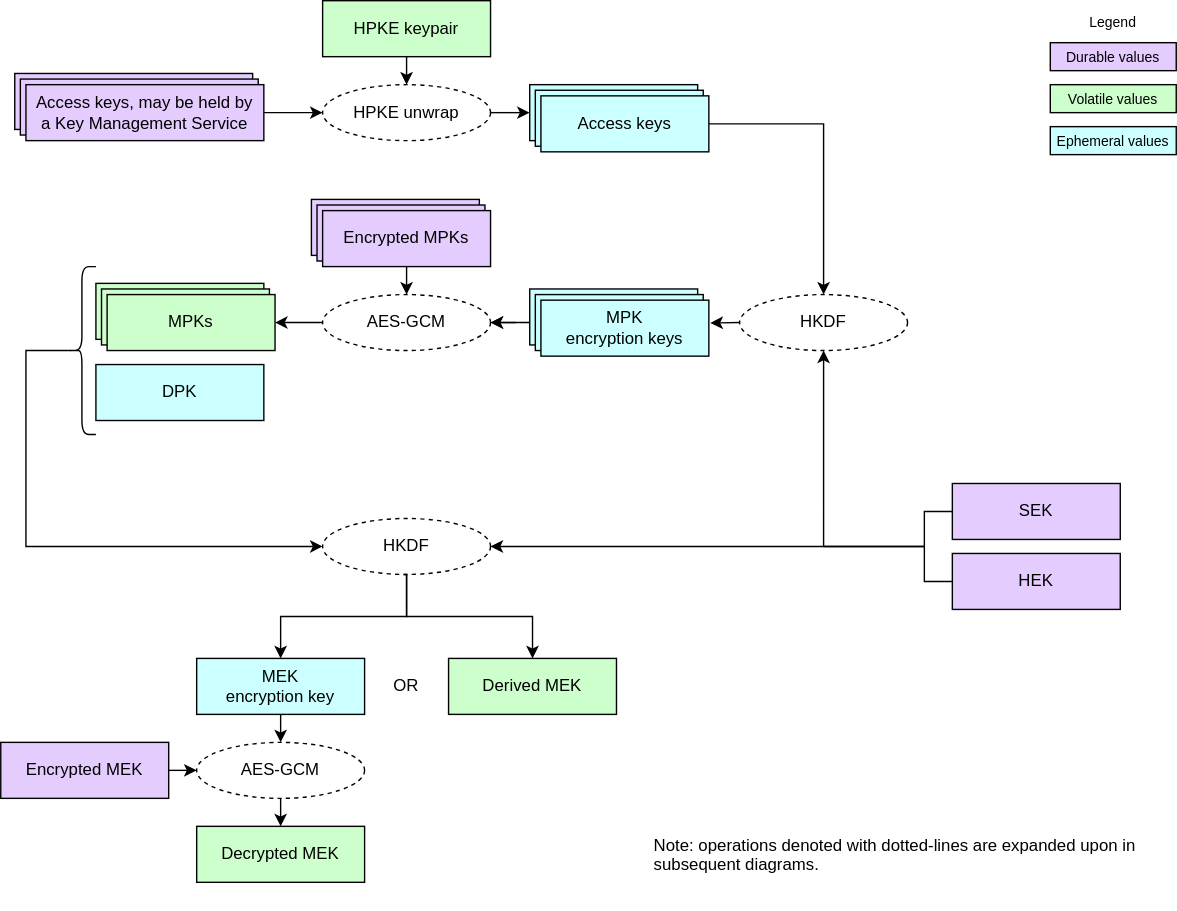
Before: doc/ocp_lock/diagrams/key_hierarchy.drawio.svg, a diagram exported from draw.io (chipsalliance/Caliptra). Source tidied: cells renumbered, new cells last; positions are measured from the earlier drawing's top-left corner, leaving out a move shared by most shapes.
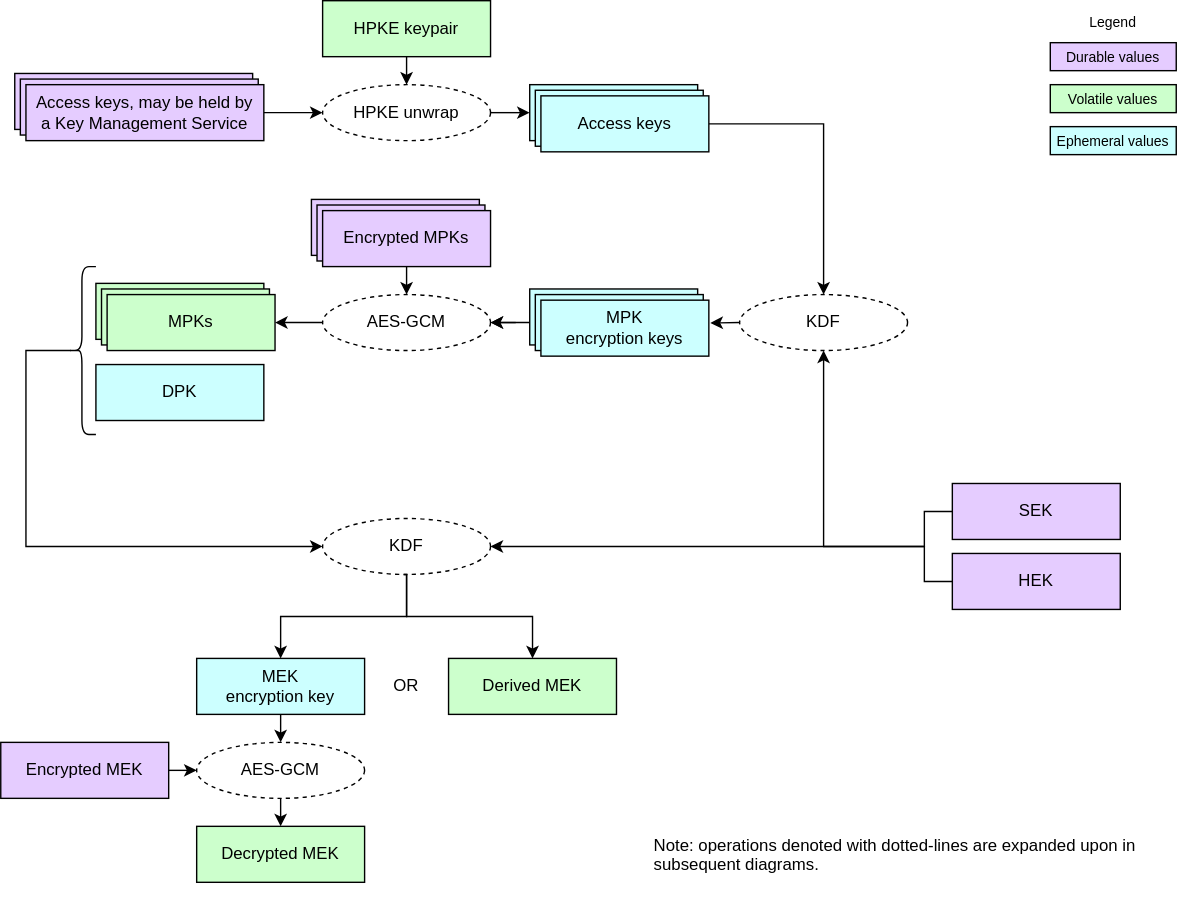
The same diagram one commit later.

Change to the diagram source:
```diff
@@ -28,7 +28,7 @@
     <mxCell id="9" value="&lt;div&gt;&lt;font color=&quot;#000000&quot;&gt;Access keys&lt;/font&gt;&lt;/div&gt;" style="rounded=0;whiteSpace=wrap;html=1;align=center;verticalAlign=middle;shadow=0;glass=0;spacingLeft=0;spacingBottom=0;spacingTop=0;fillColor=#CCFFFF;" parent="1" vertex="1">
       <mxGeometry x="378" y="60" width="120" height="40" as="geometry" />
     </mxCell>
-    <mxCell id="10" value="HKDF" style="ellipse;whiteSpace=wrap;html=1;fillColor=#FFFFFF;dashed=1;" parent="1" vertex="1">
+    <mxCell id="10" value="KDF" style="ellipse;whiteSpace=wrap;html=1;fillColor=#FFFFFF;dashed=1;" parent="1" vertex="1">
       <mxGeometry x="528" y="210" width="120" height="40" as="geometry" />
     </mxCell>
     <mxCell id="11" value="&lt;span style=&quot;color: rgb(0, 0, 0);&quot;&gt;AES-GCM&lt;/span&gt;" style="ellipse;whiteSpace=wrap;html=1;fillColor=#FFFFFF;dashed=1;" parent="1" vertex="1">
@@ -82,7 +82,7 @@
     <mxCell id="27" value="&lt;div&gt;&lt;font color=&quot;#000000&quot;&gt;MPKs&lt;/font&gt;&lt;/div&gt;" style="rounded=0;whiteSpace=wrap;html=1;align=center;verticalAlign=middle;shadow=0;glass=0;spacingLeft=0;spacingBottom=0;spacingTop=0;fillColor=#CCFFCC;" parent="1" vertex="1">
       <mxGeometry x="76" y="210" width="120" height="40" as="geometry" />
     </mxCell>
-    <mxCell id="28" value="HKDF" style="ellipse;whiteSpace=wrap;html=1;fillColor=#FFFFFF;dashed=1;" parent="1" vertex="1">
+    <mxCell id="28" value="KDF" style="ellipse;whiteSpace=wrap;html=1;fillColor=#FFFFFF;dashed=1;" parent="1" vertex="1">
       <mxGeometry x="230" y="370" width="120" height="40" as="geometry" />
     </mxCell>
     <mxCell id="29" value="&lt;div&gt;&lt;font color=&quot;#000000&quot;&gt;DPK&lt;/font&gt;&lt;/div&gt;" style="rounded=0;whiteSpace=wrap;html=1;align=center;verticalAlign=middle;shadow=0;glass=0;spacingLeft=0;spacingBottom=0;spacingTop=0;fillColor=#CCFFFF;" parent="1" vertex="1">
```
